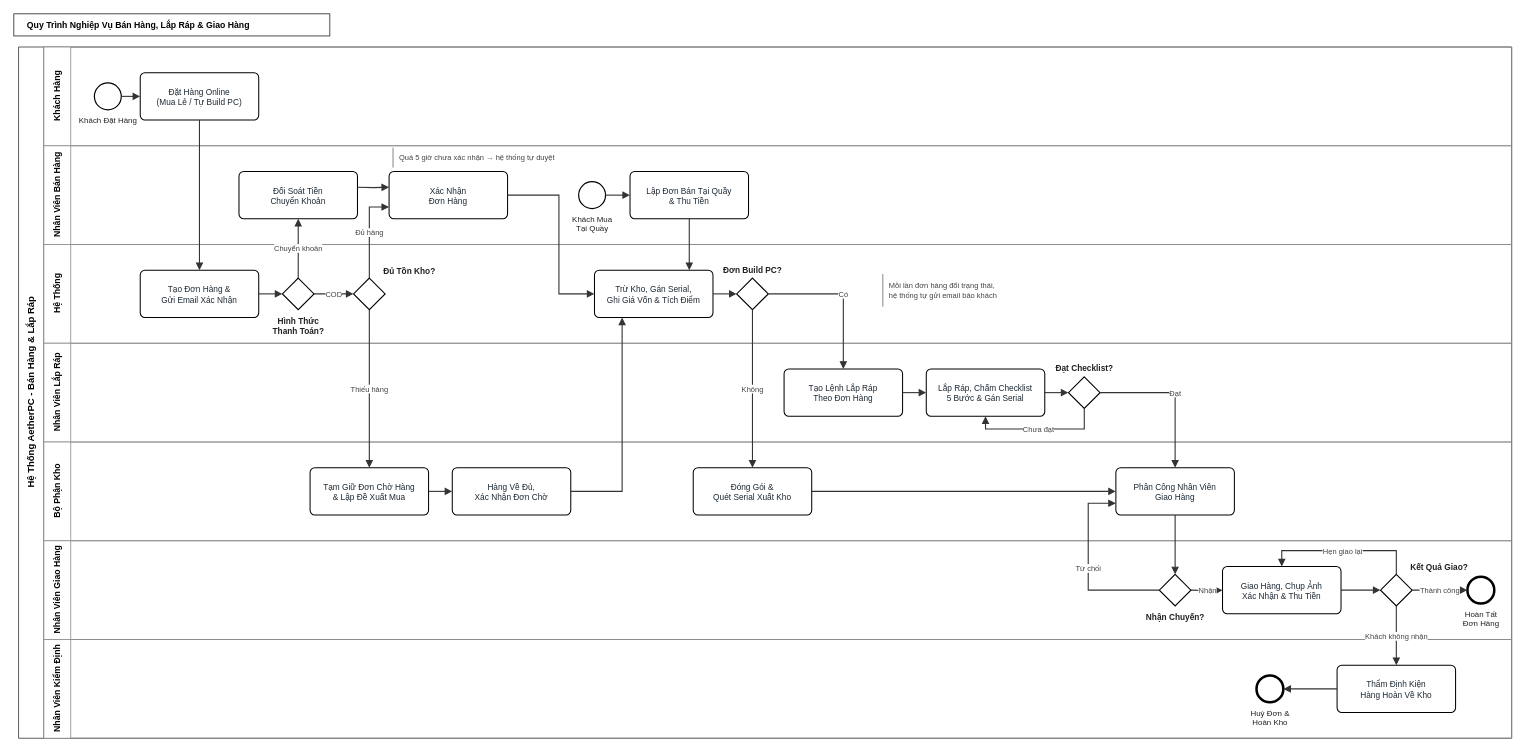
Above: docs/diagrams/bpmn/quy_trinh_ban_hang_lap_rap.drawio in hoangmkid12/ERP_AetherPC (draw.io), before the change. Source tidied: cells renumbered, new cells numbered last; positions are measured from the earlier drawing's top-left corner, leaving out a move shared by most shapes. Both pictures are drawn from the tidied source at 79%, with x=0, y=0 at pixel (13, 13).
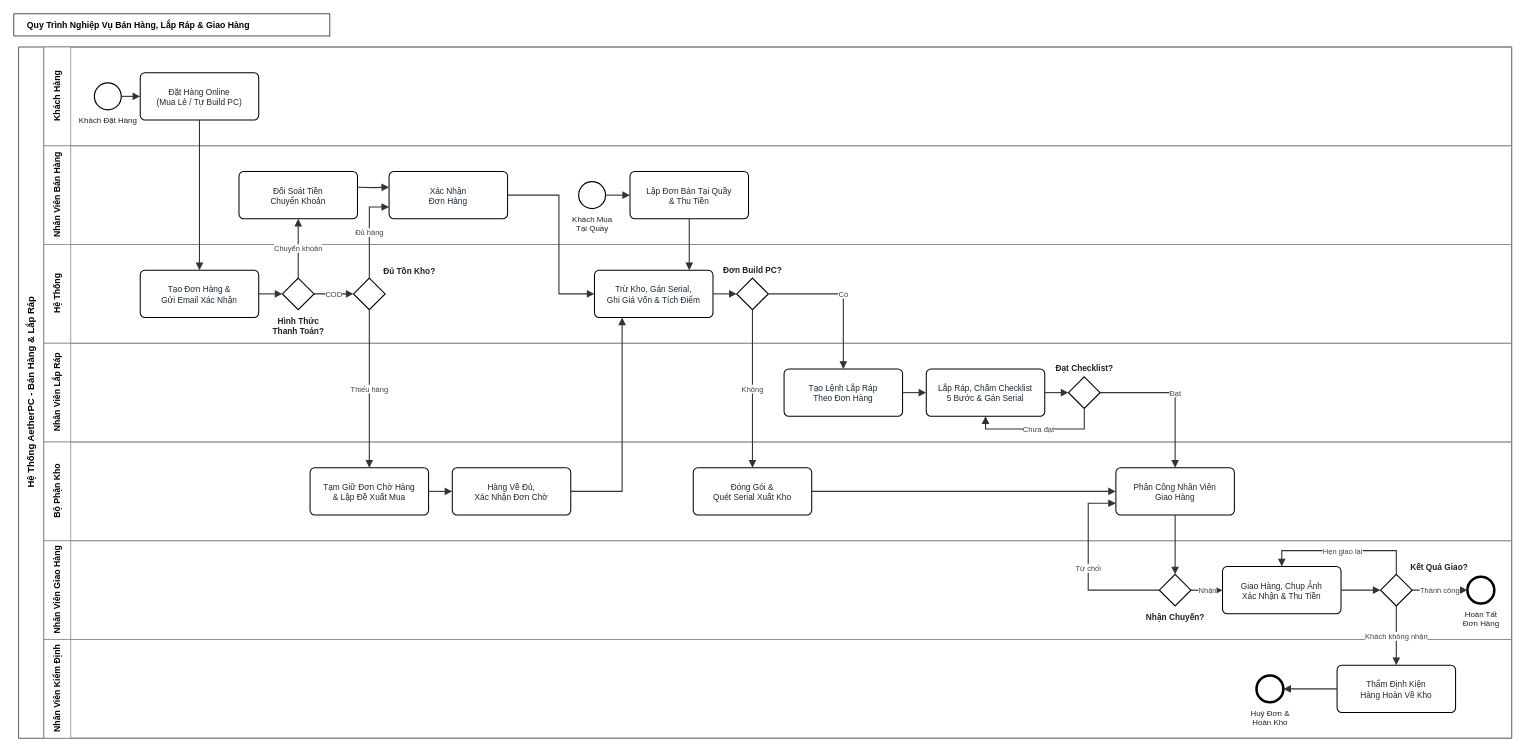
After the change.

The edit, as a diff of the source:
```diff
@@
-    <mxCell id="21" value="Quá 5 giờ chưa xác nhận → hệ thống tự duyệt" style="shape=partialRectangle;whiteSpace=wrap;html=1;top=0;bottom=0;right=0;fillColor=none;strokeColor=#666666;align=left;spacingLeft=6;fontSize=9.5;fontColor=#444444;" parent="1" vertex="1">
-      <mxGeometry x="480" y="170" width="215" height="24" as="geometry" />
-    </mxCell>
@@
-    <mxCell id="30" value="Mỗi lần đơn hàng đổi trạng thái,&lt;br/&gt;hệ thống tự gửi email báo khách" style="shape=partialRectangle;whiteSpace=wrap;html=1;top=0;bottom=0;right=0;fillColor=none;strokeColor=#666666;align=left;spacingLeft=6;fontSize=9.5;fontColor=#444444;" parent="1" vertex="1">
-      <mxGeometry x="1100" y="330" width="220" height="40" as="geometry" />
-    </mxCell>
```
